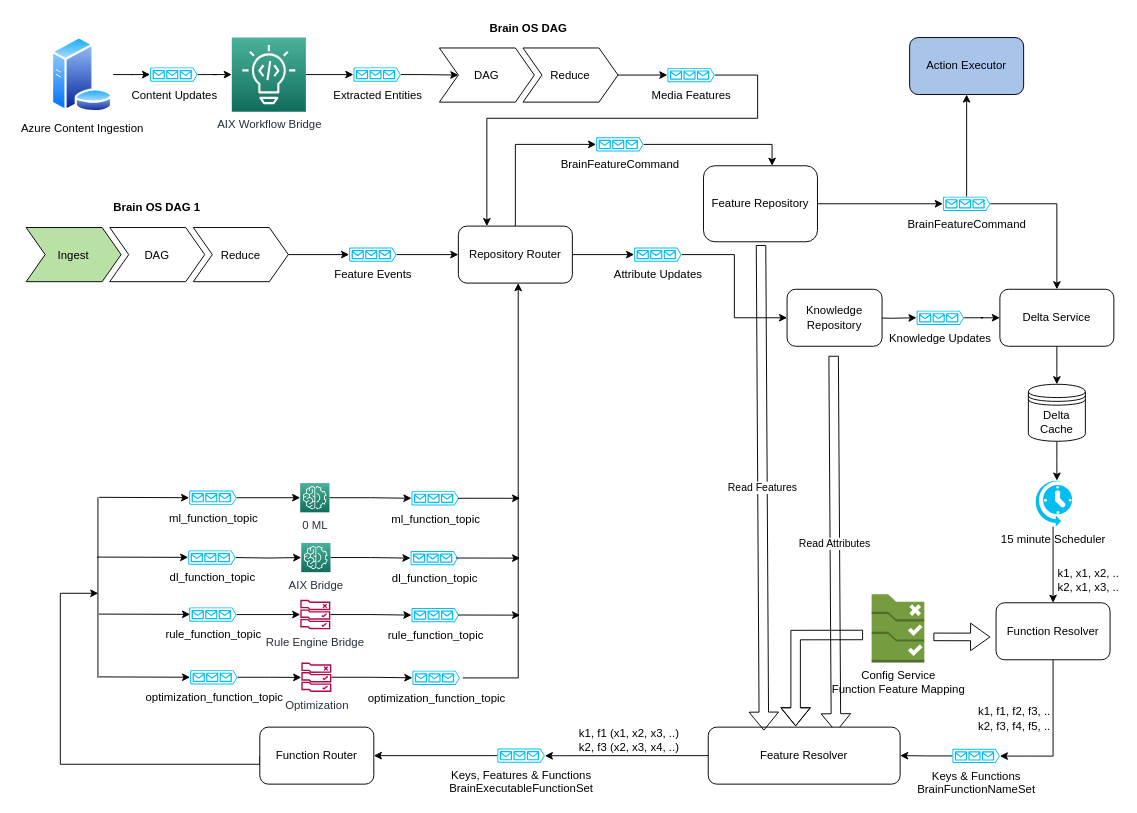
Above: page "brain_execution" (1 of 7) of docs/diagram/BrainOS.drawio in brain-os/brain-proto (draw.io), before the change. Source tidied: cells renumbered, new cells numbered last; positions are measured from the earlier drawing's top-left corner, leaving out a move shared by most shapes. Both pictures are drawn from the tidied source at 95%, with x=0, y=0 at pixel (16, 16).
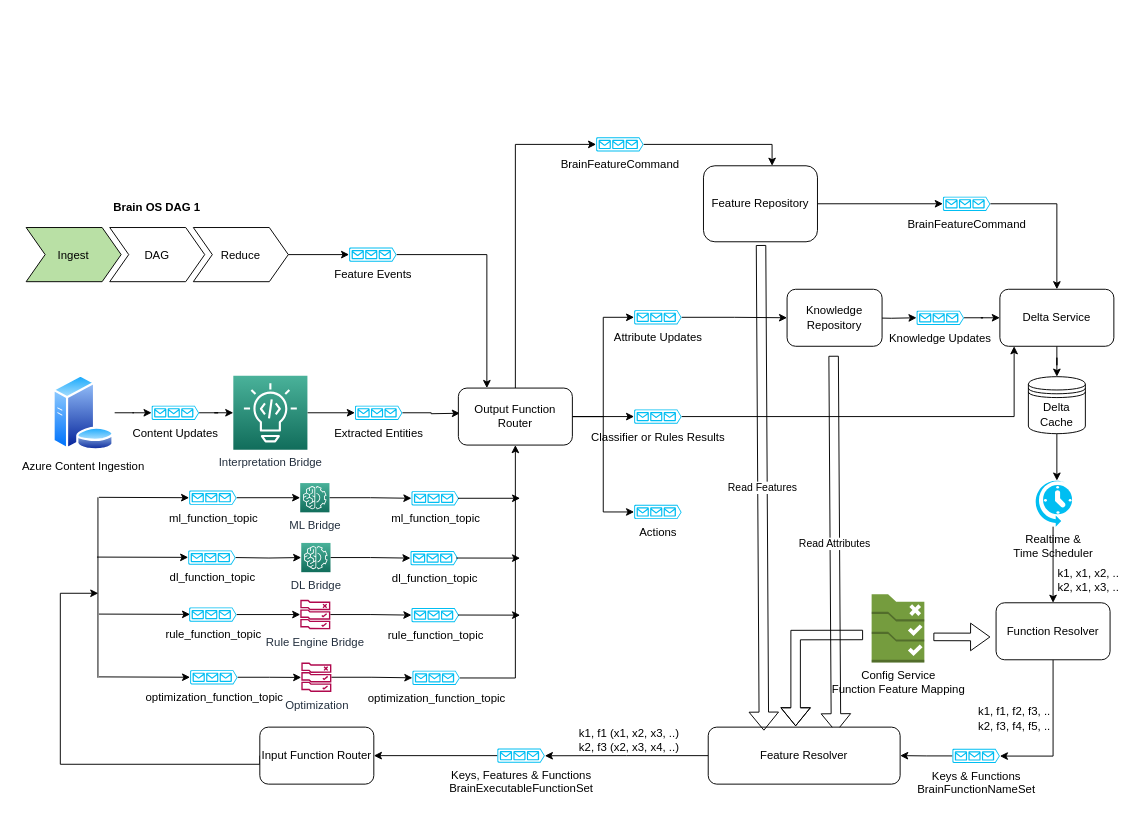
The same diagram, later.

Commit message (it also covers changes not shown here):
function in progress

The change refers to these unchanged cells:
```xml
<mxCell id="54" value="optimization_function_topic" style="verticalLabelPosition=bottom;html=1;verticalAlign=top;align=center;strokeColor=none;fillColor=#00BEF2;shape=mxgraph.azure.queue_generic;" parent="1" vertex="1">
  <mxGeometry x="416.6" y="688.5" width="50" height="15" as="geometry" />
</mxCell>
<mxCell id="59" value="Delta Service" style="rounded=1;whiteSpace=wrap;html=1;" parent="1" vertex="1">
  <mxGeometry x="1035" y="287" width="120" height="60" as="geometry" />
</mxCell>
<mxCell id="62" value="BrainFeatureCommand" style="verticalLabelPosition=bottom;html=1;verticalAlign=top;align=center;strokeColor=none;fillColor=#00BEF2;shape=mxgraph.azure.queue_generic;" parent="1" vertex="1">
  <mxGeometry x="975" y="189.5" width="50" height="15" as="geometry" />
</mxCell>
<mxCell id="84" value="BrainFeatureCommand" style="verticalLabelPosition=bottom;html=1;verticalAlign=top;align=center;strokeColor=none;fillColor=#00BEF2;shape=mxgraph.azure.queue_generic;" parent="1" vertex="1">
  <mxGeometry x="610" y="127" width="50" height="15" as="geometry" />
</mxCell>
<mxCell id="92" value="Feature Events" style="verticalLabelPosition=bottom;html=1;verticalAlign=top;align=center;strokeColor=none;fillColor=#00BEF2;shape=mxgraph.azure.queue_generic;" parent="1" vertex="1">
  <mxGeometry x="350" y="243" width="50" height="15" as="geometry" />
</mxCell>
```

What changed in the source:
```diff
@@
     <mxCell id="5" value="Azure Content Ingestion" style="perimeter=ellipsePerimeter;html=1;align=center;shadow=0;dashed=0;spacingTop=3;image;image=img/lib/active_directory/database_server.svg;" parent="1" vertex="1">
-      <mxGeometry x="36" y="21" width="65.6" height="80" as="geometry" />
+      <mxGeometry x="37.6" y="377" width="65.6" height="80" as="geometry" />
     </mxCell>
@@
     <mxCell id="7" value="Content Updates" style="verticalLabelPosition=bottom;html=1;verticalAlign=top;align=center;strokeColor=none;fillColor=#00BEF2;shape=mxgraph.azure.queue_generic;" parent="1" vertex="1">
-      <mxGeometry x="140.5" y="53.5" width="50" height="15" as="geometry" />
+      <mxGeometry x="142.1" y="409.5" width="50" height="15" as="geometry" />
     </mxCell>
@@
-    <mxCell id="9" value="AIX Workflow Bridge" style="sketch=0;points=[[0,0,0],[0.25,0,0],[0.5,0,0],[0.75,0,0],[1,0,0],[0,1,0],[0.25,1,0],[0.5,1,0],[0.75,1,0],[1,1,0],[0,0.25,0],[0,0.5,0],[0,0.75,0],[1,0.25,0],[1,0.5,0],[1,0.75,0]];outlineConnect=0;fontColor=#232F3E;gradientColor=#4AB29A;gradientDirection=north;fillColor=#116D5B;strokeColor=#ffffff;dashed=0;verticalLabelPosition=bottom;verticalAlign=top;align=center;html=1;fontSize=12;fontStyle=0;shape=mxgraph.aws4.resourceIcon;resIcon=mxgraph.aws4.codeguru_2;" parent="1" vertex="1">
-      <mxGeometry x="226.5" y="22" width="78" height="78" as="geometry" />
+    <mxCell id="9" value="Interpretation Bridge" style="sketch=0;points=[[0,0,0],[0.25,0,0],[0.5,0,0],[0.75,0,0],[1,0,0],[0,1,0],[0.25,1,0],[0.5,1,0],[0.75,1,0],[1,1,0],[0,0.25,0],[0,0.5,0],[0,0.75,0],[1,0.25,0],[1,0.5,0],[1,0.75,0]];outlineConnect=0;fontColor=#232F3E;gradientColor=#4AB29A;gradientDirection=north;fillColor=#116D5B;strokeColor=#ffffff;dashed=0;verticalLabelPosition=bottom;verticalAlign=top;align=center;html=1;fontSize=12;fontStyle=0;shape=mxgraph.aws4.resourceIcon;resIcon=mxgraph.aws4.codeguru_2;" parent="1" vertex="1">
+      <mxGeometry x="228.1" y="378" width="78" height="78" as="geometry" />
     </mxCell>
@@
-    <mxCell id="15" style="edgeStyle=orthogonalEdgeStyle;rounded=0;jettySize=auto;html=1;" parent="1" edge="1" source="16" target="18">
-      <mxGeometry relative="1" as="geometry" />
+    <mxCell id="15" style="edgeStyle=orthogonalEdgeStyle;rounded=0;jettySize=auto;html=1;" parent="1" edge="1" source="16">
+      <mxGeometry relative="1" as="geometry">
+        <mxPoint x="466.6" y="417.5" as="targetPoint" />
+      </mxGeometry>
     </mxCell>
     <mxCell id="16" value="Extracted Entities" style="verticalLabelPosition=bottom;html=1;verticalAlign=top;align=center;strokeColor=none;fillColor=#00BEF2;shape=mxgraph.azure.queue_generic;" parent="1" vertex="1">
-      <mxGeometry x="354.5" y="53.5" width="50" height="15" as="geometry" />
+      <mxGeometry x="356.1" y="409.5" width="50" height="15" as="geometry" />
     </mxCell>
-    <mxCell id="17" value="Brain OS DAG" style="swimlane;horizontal=1;fillColor=none;strokeColor=none;stackBorder=10;align=center;fontColor=#000000;" parent="1" vertex="1">
-      <mxGeometry x="435" width="208" height="100" as="geometry" />
-    </mxCell>
-    <mxCell id="18" value="DAG" style="shape=step;perimeter=stepPerimeter;fixedSize=1;points=[];" parent="17" vertex="1">
-      <mxGeometry x="10" y="33" width="100" height="57" as="geometry" />
-    </mxCell>
-    <mxCell id="19" value="Reduce" style="shape=step;perimeter=stepPerimeter;fixedSize=1;points=[];" parent="17" vertex="1">
-      <mxGeometry x="98" y="33" width="100" height="57" as="geometry" />
-    </mxCell>
-    <mxCell id="20" style="edgeStyle=orthogonalEdgeStyle;rounded=0;jettySize=auto;html=1;entryX=0.25;entryY=0;entryDx=0;entryDy=0;" parent="1" edge="1" source="21" target="78">
-      <mxGeometry relative="1" as="geometry">
-        <Array as="points">
-          <mxPoint x="780" y="62" />
-          <mxPoint x="780" y="107" />
-          <mxPoint x="495" y="107" />
-        </Array>
-      </mxGeometry>
-    </mxCell>
-    <mxCell id="21" value="Media Features" style="verticalLabelPosition=bottom;html=1;verticalAlign=top;align=center;strokeColor=none;fillColor=#00BEF2;shape=mxgraph.azure.queue_generic;" parent="1" vertex="1">
-      <mxGeometry x="685" y="54" width="50" height="15" as="geometry" />
-    </mxCell>
-    <mxCell id="22" style="edgeStyle=orthogonalEdgeStyle;rounded=0;jettySize=auto;html=1;entryX=0;entryY=0.5;entryDx=0;entryDy=0;entryPerimeter=0;" parent="1" edge="1" source="19" target="21">
-      <mxGeometry relative="1" as="geometry" />
-    </mxCell>
@@
     <mxCell id="24" value="Delta Cache" style="shape=datastore;whiteSpace=wrap;html=1;" parent="1" vertex="1">
-      <mxGeometry x="1065" y="387" width="60" height="60" as="geometry" />
+      <mxGeometry x="1065" y="379" width="60" height="60" as="geometry" />
     </mxCell>
@@
-    <mxCell id="38" value="AIX Bridge" style="sketch=0;points=[[0,0,0],[0.25,0,0],[0.5,0,0],[0.75,0,0],[1,0,0],[0,1,0],[0.25,1,0],[0.5,1,0],[0.75,1,0],[1,1,0],[0,0.25,0],[0,0.5,0],[0,0.75,0],[1,0.25,0],[1,0.5,0],[1,0.75,0]];outlineConnect=0;fontColor=#232F3E;gradientColor=#4AB29A;gradientDirection=north;fillColor=#116D5B;strokeColor=#ffffff;dashed=0;verticalLabelPosition=bottom;verticalAlign=top;align=center;html=1;fontSize=12;fontStyle=0;shape=mxgraph.aws4.resourceIcon;resIcon=mxgraph.aws4.machine_learning;" parent="1" vertex="1">
+    <mxCell id="38" value="DL Bridge" style="sketch=0;points=[[0,0,0],[0.25,0,0],[0.5,0,0],[0.75,0,0],[1,0,0],[0,1,0],[0.25,1,0],[0.5,1,0],[0.75,1,0],[1,1,0],[0,0.25,0],[0,0.5,0],[0,0.75,0],[1,0.25,0],[1,0.5,0],[1,0.75,0]];outlineConnect=0;fontColor=#232F3E;gradientColor=#4AB29A;gradientDirection=north;fillColor=#116D5B;strokeColor=#ffffff;dashed=0;verticalLabelPosition=bottom;verticalAlign=top;align=center;html=1;fontSize=12;fontStyle=0;shape=mxgraph.aws4.resourceIcon;resIcon=mxgraph.aws4.machine_learning;" parent="1" vertex="1">
       <mxGeometry x="299.6" y="554" width="30.8" height="30.8" as="geometry" />
     </mxCell>
@@
-    <mxCell id="47" value="0 ML" style="sketch=0;points=[[0,0,0],[0.25,0,0],[0.5,0,0],[0.75,0,0],[1,0,0],[0,1,0],[0.25,1,0],[0.5,1,0],[0.75,1,0],[1,1,0],[0,0.25,0],[0,0.5,0],[0,0.75,0],[1,0.25,0],[1,0.5,0],[1,0.75,0]];outlineConnect=0;fontColor=#232F3E;gradientColor=#4AB29A;gradientDirection=north;fillColor=#116D5B;strokeColor=#ffffff;dashed=0;verticalLabelPosition=bottom;verticalAlign=top;align=center;html=1;fontSize=12;fontStyle=0;shape=mxgraph.aws4.resourceIcon;resIcon=mxgraph.aws4.machine_learning;" parent="1" vertex="1">
+    <mxCell id="47" value="ML Bridge" style="sketch=0;points=[[0,0,0],[0.25,0,0],[0.5,0,0],[0.75,0,0],[1,0,0],[0,1,0],[0.25,1,0],[0.5,1,0],[0.75,1,0],[1,1,0],[0,0.25,0],[0,0.5,0],[0,0.75,0],[1,0.25,0],[1,0.5,0],[1,0.75,0]];outlineConnect=0;fontColor=#232F3E;gradientColor=#4AB29A;gradientDirection=north;fillColor=#116D5B;strokeColor=#ffffff;dashed=0;verticalLabelPosition=bottom;verticalAlign=top;align=center;html=1;fontSize=12;fontStyle=0;shape=mxgraph.aws4.resourceIcon;resIcon=mxgraph.aws4.machine_learning;" parent="1" vertex="1">
       <mxGeometry x="298.5" y="491" width="30.8" height="30.8" as="geometry" />
     </mxCell>
@@
-    <mxCell id="53" style="edgeStyle=orthogonalEdgeStyle;rounded=0;orthogonalLoop=1;jettySize=auto;html=1;entryX=0.5;entryY=1;entryDx=0;entryDy=0;" parent="1" edge="1">
+    <mxCell id="53" style="edgeStyle=orthogonalEdgeStyle;rounded=0;jettySize=auto;html=1;entryX=0.5;entryY=1;entryDx=0;entryDy=0;exitX=1;exitY=0.51;exitDx=0;exitDy=0;exitPerimeter=0;" parent="1" edge="1" source="54" target="96">
       <mxGeometry relative="1" as="geometry">
-        <mxPoint x="469.6" y="696.1" as="sourcePoint" />
-        <mxPoint x="528" y="280.5" as="targetPoint" />
         <Array as="points">
-          <mxPoint x="528" y="696" />
+          <mxPoint x="525" y="696" />
         </Array>
       </mxGeometry>
     </mxCell>
@@
-    <mxCell id="61" style="edgeStyle=orthogonalEdgeStyle;rounded=0;jettySize=auto;html=1;entryX=0.5;entryY=1;entryDx=0;entryDy=0;" parent="1" edge="1" source="62" target="80">
-      <mxGeometry relative="1" as="geometry" />
-    </mxCell>
@@
-    <mxCell id="66" value="15 minute Scheduler" style="verticalLabelPosition=bottom;html=1;verticalAlign=top;align=center;strokeColor=none;fillColor=#00BEF2;shape=mxgraph.azure.scheduler;" parent="1" vertex="1">
+    <mxCell id="66" value="Realtime &amp;amp; &lt;br&gt;Time Scheduler" style="verticalLabelPosition=bottom;html=1;verticalAlign=top;align=center;strokeColor=none;fillColor=#00BEF2;shape=mxgraph.azure.scheduler;" parent="1" vertex="1">
       <mxGeometry x="1071" y="486.9" width="40" height="50" as="geometry" />
     </mxCell>
@@
-    <mxCell id="72" value="Function Router" style="rounded=1;whiteSpace=wrap;html=1;" parent="1" vertex="1">
+    <mxCell id="72" value="Input Function Router" style="rounded=1;whiteSpace=wrap;html=1;" parent="1" vertex="1">
       <mxGeometry x="256" y="747.9" width="120" height="60" as="geometry" />
     </mxCell>
@@
-    <mxCell id="76" style="edgeStyle=orthogonalEdgeStyle;rounded=0;jettySize=auto;html=1;entryX=0;entryY=0.5;entryDx=0;entryDy=0;entryPerimeter=0;" parent="1" edge="1" source="78" target="82">
-      <mxGeometry relative="1" as="geometry" />
-    </mxCell>
-    <mxCell id="77" style="edgeStyle=orthogonalEdgeStyle;rounded=0;jettySize=auto;html=1;entryX=0;entryY=0.5;entryDx=0;entryDy=0;entryPerimeter=0;" parent="1" edge="1" source="78" target="84">
+    <mxCell id="77" style="edgeStyle=orthogonalEdgeStyle;rounded=0;jettySize=auto;html=1;entryX=0;entryY=0.5;entryDx=0;entryDy=0;entryPerimeter=0;exitX=0.5;exitY=0;exitDx=0;exitDy=0;" parent="1" edge="1" source="96" target="84">
       <mxGeometry relative="1" as="geometry">
         <Array as="points">
           <mxPoint x="525" y="135" />
         </Array>
       </mxGeometry>
     </mxCell>
-    <mxCell id="78" value="Repository Router" style="rounded=1;whiteSpace=wrap;html=1;" parent="1" vertex="1">
-      <mxGeometry x="465" y="220.5" width="120" height="60" as="geometry" />
-    </mxCell>
@@
-    <mxCell id="80" value="Action Executor" style="rounded=1;whiteSpace=wrap;html=1;fillColor=#A9C4EB;" parent="1" vertex="1">
-      <mxGeometry x="940" y="22" width="120" height="60" as="geometry" />
-    </mxCell>
@@
     <mxCell id="82" value="Attribute Updates" style="verticalLabelPosition=bottom;html=1;verticalAlign=top;align=center;strokeColor=none;fillColor=#00BEF2;shape=mxgraph.azure.queue_generic;" parent="1" vertex="1">
-      <mxGeometry x="650" y="243" width="50" height="15" as="geometry" />
+      <mxGeometry x="650" y="309" width="50" height="15" as="geometry" />
     </mxCell>
@@
-    <mxCell id="91" style="edgeStyle=orthogonalEdgeStyle;rounded=0;jettySize=auto;html=1;entryX=0;entryY=0.5;entryDx=0;entryDy=0;" parent="1" edge="1" source="92" target="78">
+    <mxCell id="91" style="edgeStyle=orthogonalEdgeStyle;rounded=0;jettySize=auto;html=1;entryX=0.25;entryY=0;entryDx=0;entryDy=0;" parent="1" edge="1" source="92" target="96">
       <mxGeometry relative="1" as="geometry" />
     </mxCell>
@@
+    <mxCell id="93" style="edgeStyle=orthogonalEdgeStyle;rounded=0;jettySize=auto;html=1;entryX=0;entryY=0.5;entryDx=0;entryDy=0;entryPerimeter=0;" parent="1" edge="1" source="96" target="82">
+      <mxGeometry relative="1" as="geometry" />
+    </mxCell>
+    <mxCell id="94" style="edgeStyle=orthogonalEdgeStyle;rounded=0;jettySize=auto;html=1;entryX=0;entryY=0.5;entryDx=0;entryDy=0;entryPerimeter=0;" parent="1" edge="1" source="96" target="97">
+      <mxGeometry relative="1" as="geometry" />
+    </mxCell>
+    <mxCell id="95" style="edgeStyle=orthogonalEdgeStyle;rounded=0;jettySize=auto;html=1;entryX=0;entryY=0.5;entryDx=0;entryDy=0;entryPerimeter=0;" parent="1" edge="1" source="96" target="99">
+      <mxGeometry relative="1" as="geometry" />
+    </mxCell>
+    <mxCell id="96" value="Output Function Router" style="rounded=1;whiteSpace=wrap;html=1;" parent="1" vertex="1">
+      <mxGeometry x="465" y="391" width="120" height="60" as="geometry" />
+    </mxCell>
+    <mxCell id="97" value="Actions" style="verticalLabelPosition=bottom;html=1;verticalAlign=top;align=center;strokeColor=none;fillColor=#00BEF2;shape=mxgraph.azure.queue_generic;" parent="1" vertex="1">
+      <mxGeometry x="650" y="513.9" width="50" height="15" as="geometry" />
+    </mxCell>
+    <mxCell id="98" style="edgeStyle=orthogonalEdgeStyle;rounded=0;jettySize=auto;html=1;" parent="1" edge="1" source="99" target="59">
+      <mxGeometry relative="1" as="geometry">
+        <Array as="points">
+          <mxPoint x="1050" y="421" />
+        </Array>
+      </mxGeometry>
+    </mxCell>
+    <mxCell id="99" value="Classifier or Rules Results" style="verticalLabelPosition=bottom;html=1;verticalAlign=top;align=center;strokeColor=none;fillColor=#00BEF2;shape=mxgraph.azure.queue_generic;" parent="1" vertex="1">
+      <mxGeometry x="650" y="413.5" width="50" height="15" as="geometry" />
+    </mxCell>
```
